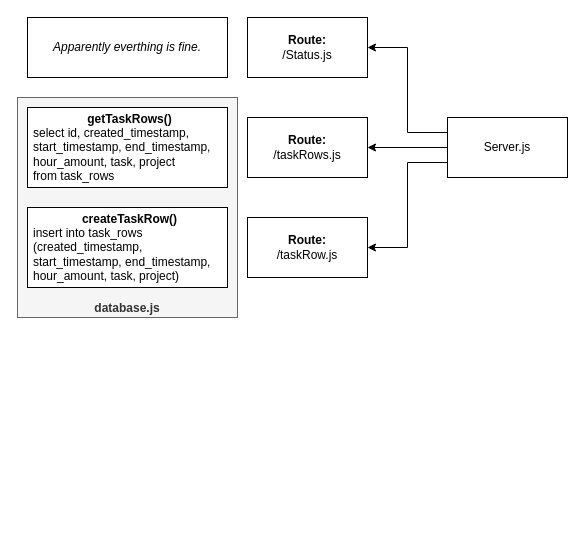
Before: other/design.drawio in usrJones/AikaKoneisto, a draw.io diagram. Source tidied: cells renumbered, new cells numbered last; positions are measured from the earlier drawing's top-left corner, leaving out a move shared by most shapes. Both pictures are drawn from the tidied source at 100%, with x=0, y=0 at pixel (17, 17).
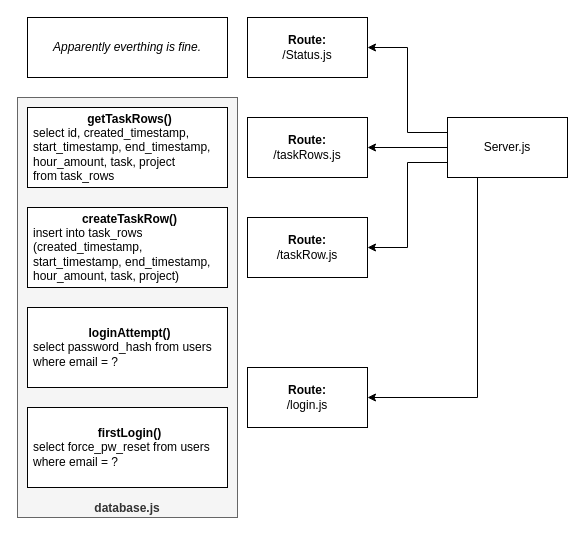
The same page after the edit.

What changed in the source:
```diff
@@
 <mxGraphModel>
   <root>
     <mxCell id="0" />
     <mxCell id="1" parent="0" />
     <mxCell id="2" style="edgeStyle=orthogonalEdgeStyle;rounded=0;jettySize=auto;html=1;exitX=0;exitY=0.5;exitDx=0;exitDy=0;entryX=1;entryY=0.5;entryDx=0;entryDy=0;" parent="1" edge="1" source="5" target="7">
       <mxGeometry relative="1" as="geometry" />
     </mxCell>
     <mxCell id="3" style="edgeStyle=orthogonalEdgeStyle;rounded=0;jettySize=auto;html=1;exitX=0;exitY=0.25;exitDx=0;exitDy=0;entryX=1;entryY=0.5;entryDx=0;entryDy=0;" parent="1" edge="1" source="5" target="6">
       <mxGeometry relative="1" as="geometry" />
     </mxCell>
     <mxCell id="4" style="edgeStyle=orthogonalEdgeStyle;rounded=0;jettySize=auto;html=1;exitX=0;exitY=0.75;exitDx=0;exitDy=0;entryX=1;entryY=0.5;entryDx=0;entryDy=0;" parent="1" edge="1" source="5" target="8">
       <mxGeometry relative="1" as="geometry" />
     </mxCell>
+    <mxCell id="13" style="edgeStyle=orthogonalEdgeStyle;rounded=0;jettySize=auto;html=1;exitX=0.25;exitY=1;exitDx=0;exitDy=0;entryX=1;entryY=0.5;entryDx=0;entryDy=0;" parent="1" edge="1" source="5" target="16">
+      <mxGeometry relative="1" as="geometry" />
+    </mxCell>
     <mxCell id="5" value="Server.js" style="rounded=0;whiteSpace=wrap;html=1;" parent="1" vertex="1">
       <mxGeometry x="430" y="100" width="120" height="60" as="geometry" />
     </mxCell>
     <mxCell id="6" value="&lt;div&gt;&lt;b&gt;Route:&lt;/b&gt;&lt;/div&gt;&lt;div&gt;/Status.js&lt;/div&gt;" style="rounded=0;whiteSpace=wrap;html=1;" parent="1" vertex="1">
       <mxGeometry x="230" width="120" height="60" as="geometry" />
     </mxCell>
     <mxCell id="7" value="&lt;div&gt;&lt;b&gt;Route:&lt;/b&gt;&lt;/div&gt;&lt;div&gt;/taskRows.js&lt;/div&gt;" style="rounded=0;whiteSpace=wrap;html=1;" parent="1" vertex="1">
       <mxGeometry x="230" y="100" width="120" height="60" as="geometry" />
     </mxCell>
     <mxCell id="8" value="&lt;div&gt;&lt;b&gt;Route:&lt;/b&gt;&lt;/div&gt;&lt;div&gt;/taskRow.js&lt;/div&gt;" style="rounded=0;whiteSpace=wrap;html=1;" parent="1" vertex="1">
       <mxGeometry x="230" y="200" width="120" height="60" as="geometry" />
     </mxCell>
     <mxCell id="9" value="&lt;i&gt;Apparently everthing is fine.&lt;/i&gt;" style="rounded=0;whiteSpace=wrap;html=1;" parent="1" vertex="1">
       <mxGeometry x="10" width="200" height="60" as="geometry" />
     </mxCell>
     <mxCell id="10" value="database.js" style="rounded=0;whiteSpace=wrap;html=1;verticalAlign=bottom;fillColor=#f5f5f5;fontColor=#333333;strokeColor=#666666;fontStyle=1;" parent="1" vertex="1">
-      <mxGeometry y="80" width="220" height="220" as="geometry" />
+      <mxGeometry y="80" width="220" height="420" as="geometry" />
     </mxCell>
     <mxCell id="11" value="&lt;div&gt;&lt;b&gt;getTaskRows()&lt;/b&gt;&lt;/div&gt;&lt;div align=&quot;left&quot;&gt;select id, created_timestamp, start_timestamp, end_timestamp, hour_amount, task, project&lt;br&gt;from task_rows&lt;/div&gt;" style="rounded=0;whiteSpace=wrap;html=1;fontStyle=0;spacingLeft=5;" parent="1" vertex="1">
       <mxGeometry x="10" y="90" width="200" height="80" as="geometry" />
     </mxCell>
     <mxCell id="12" value="&lt;div&gt;&lt;b&gt;createTaskRow()&lt;/b&gt;&lt;/div&gt;&lt;div align=&quot;left&quot;&gt;insert into task_rows &lt;br&gt;(created_timestamp, start_timestamp, end_timestamp, hour_amount, task, project)&lt;/div&gt;" style="rounded=0;whiteSpace=wrap;html=1;fontStyle=0;spacingLeft=5;" parent="1" vertex="1">
       <mxGeometry x="10" y="190" width="200" height="80" as="geometry" />
     </mxCell>
+    <mxCell id="14" value="&lt;div&gt;&lt;b&gt;loginAttempt()&lt;/b&gt;&lt;/div&gt;&lt;div align=&quot;left&quot;&gt;select password_hash from users where email = ?&lt;/div&gt;" style="rounded=0;whiteSpace=wrap;html=1;fontStyle=0;spacingLeft=5;" parent="1" vertex="1">
+      <mxGeometry x="10" y="290" width="200" height="80" as="geometry" />
+    </mxCell>
+    <mxCell id="15" value="&lt;div&gt;&lt;b&gt;firstLogin()&lt;/b&gt;&lt;/div&gt;&lt;div align=&quot;left&quot;&gt;select force_pw_reset from users where email = ?&lt;/div&gt;" style="rounded=0;whiteSpace=wrap;html=1;fontStyle=0;spacingLeft=5;" parent="1" vertex="1">
+      <mxGeometry x="10" y="390" width="200" height="80" as="geometry" />
+    </mxCell>
+    <mxCell id="16" value="&lt;div&gt;&lt;b&gt;Route:&lt;/b&gt;&lt;/div&gt;&lt;div&gt;/login.js&lt;/div&gt;" style="rounded=0;whiteSpace=wrap;html=1;" parent="1" vertex="1">
+      <mxGeometry x="230" y="350" width="120" height="60" as="geometry" />
+    </mxCell>
   </root>
 </mxGraphModel>
```
